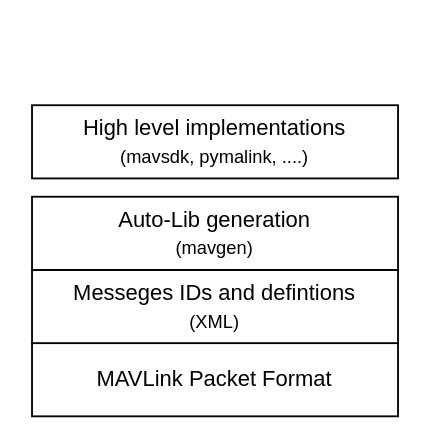
The draw.io diagram page "conceptual-overview" (1 of 3) of src/resources/mavlink.drawio in harleylara/robotics, before the edit. Source tidied: cells renumbered, new cells numbered last; positions are measured from the earlier drawing's top-left corner, leaving out a move shared by most shapes. Both pictures are drawn from the tidied source at 183%, with x=0, y=0 at pixel (31, 104).
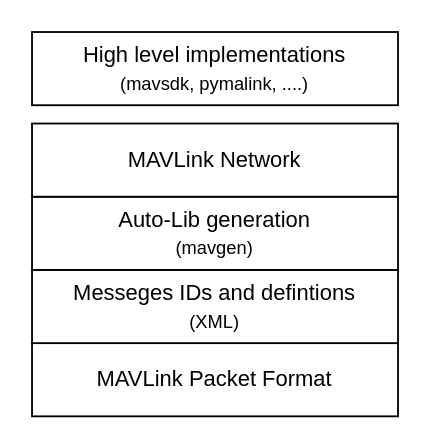
The same page after the edit.

Commit message (it also covers changes not shown here):
update mavlink note

Change to the diagram source:
```diff
@@
 <mxGraphModel>
   <root>
     <mxCell id="0" />
     <mxCell id="1" parent="0" />
     <mxCell id="2" value="MAVLink Packet Format" style="rounded=0;whiteSpace=wrap;html=1;" parent="1" vertex="1">
       <mxGeometry y="130" width="200" height="40" as="geometry" />
     </mxCell>
     <mxCell id="3" value="Messeges IDs and defintions&lt;div&gt;&lt;font style=&quot;font-size: 10px;&quot;&gt;(XML)&lt;/font&gt;&lt;/div&gt;" style="rounded=0;whiteSpace=wrap;html=1;" parent="1" vertex="1">
       <mxGeometry y="90" width="200" height="40" as="geometry" />
     </mxCell>
     <mxCell id="4" value="&lt;div&gt;Auto-Lib generation&lt;/div&gt;&lt;font style=&quot;font-size: 10px;&quot;&gt;(mavgen)&lt;/font&gt;" style="rounded=0;whiteSpace=wrap;html=1;" parent="1" vertex="1">
       <mxGeometry y="50" width="200" height="40" as="geometry" />
     </mxCell>
     <mxCell id="5" value="High level implementations&lt;div&gt;&lt;font style=&quot;font-size: 10px;&quot;&gt;(mavsdk, pymalink, ....)&lt;/font&gt;&lt;/div&gt;" style="rounded=0;whiteSpace=wrap;html=1;" parent="1" vertex="1">
-      <mxGeometry width="200" height="40" as="geometry" />
+      <mxGeometry y="-40" width="200" height="40" as="geometry" />
     </mxCell>
+    <mxCell id="6" value="&lt;div&gt;MAVLink Network&lt;/div&gt;" style="rounded=0;whiteSpace=wrap;html=1;" parent="1" vertex="1">
+      <mxGeometry y="10" width="200" height="40" as="geometry" />
+    </mxCell>
   </root>
 </mxGraphModel>
```
